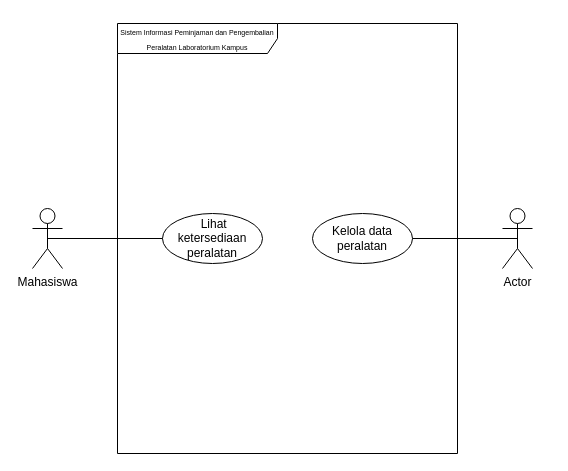
Above: 03_latihan_tools/P02/LAB/P02_2406043_LAB_notasi_usecase_v01.drawio in pieceofshl/IFRWP5149_2406043_LabAlat (draw.io), before the change. Source tidied: cells renumbered, new cells numbered last; positions are measured from the earlier drawing's top-left corner, leaving out a move shared by most shapes. Both pictures are drawn from the tidied source at 100%, with x=0, y=0 at pixel (32, 23).
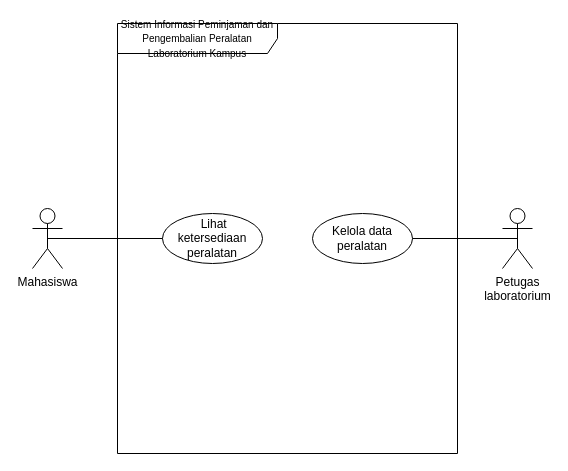
The same page after the edit.

Diff of the diagram source:
```diff
@@
 <mxGraphModel>
   <root>
     <mxCell id="0" />
     <mxCell id="1" parent="0" />
-    <mxCell id="2" value="&lt;font style=&quot;font-size: 7px;&quot;&gt;Sistem Informasi Peminjaman dan Pengembalian Peralatan Laboratorium Kampus&lt;/font&gt;" style="shape=umlFrame;whiteSpace=wrap;html=1;width=160;" parent="1" vertex="1">
+    <mxCell id="2" value="&lt;font style=&quot;font-size: 10px;&quot;&gt;Sistem Informasi Peminjaman dan Pengembalian Peralatan Laboratorium Kampus&lt;/font&gt;" style="shape=umlFrame;whiteSpace=wrap;html=1;width=160;" parent="1" vertex="1">
       <mxGeometry x="85" width="340" height="430" as="geometry" />
     </mxCell>
     <mxCell id="3" value="&amp;nbsp;Lihat ketersediaan peralatan" style="ellipse;html=1;whiteSpace=wrap;" parent="2" vertex="1">
       <mxGeometry x="45" y="190" width="100" height="50" as="geometry" />
     </mxCell>
     <mxCell id="4" value="Kelola data peralatan" style="ellipse;html=1;whiteSpace=wrap;" parent="2" vertex="1">
       <mxGeometry x="195" y="190" width="100" height="50" as="geometry" />
     </mxCell>
     <mxCell id="5" style="rounded=0;jettySize=auto;html=1;exitX=0.5;exitY=0.5;exitDx=0;exitDy=0;exitPerimeter=0;endArrow=none;endFill=0;" parent="1" edge="1" source="6" target="3">
       <mxGeometry relative="1" as="geometry" />
     </mxCell>
     <mxCell id="6" value="Mahasiswa" style="shape=umlActor;verticalLabelPosition=bottom;verticalAlign=top;html=1;" parent="1" vertex="1">
       <mxGeometry y="185" width="30" height="60" as="geometry" />
     </mxCell>
     <mxCell id="7" style="rounded=0;jettySize=auto;html=1;exitX=0.5;exitY=0.5;exitDx=0;exitDy=0;exitPerimeter=0;endArrow=none;endFill=0;" parent="1" edge="1" source="8" target="4">
       <mxGeometry relative="1" as="geometry" />
     </mxCell>
-    <mxCell id="8" value="Actor" style="shape=umlActor;verticalLabelPosition=bottom;verticalAlign=top;html=1;" parent="1" vertex="1">
+    <mxCell id="8" value="Petugas&lt;br&gt;laboratorium" style="shape=umlActor;verticalLabelPosition=bottom;verticalAlign=top;html=1;" parent="1" vertex="1">
       <mxGeometry x="470" y="185" width="30" height="60" as="geometry" />
     </mxCell>
   </root>
 </mxGraphModel>
```
